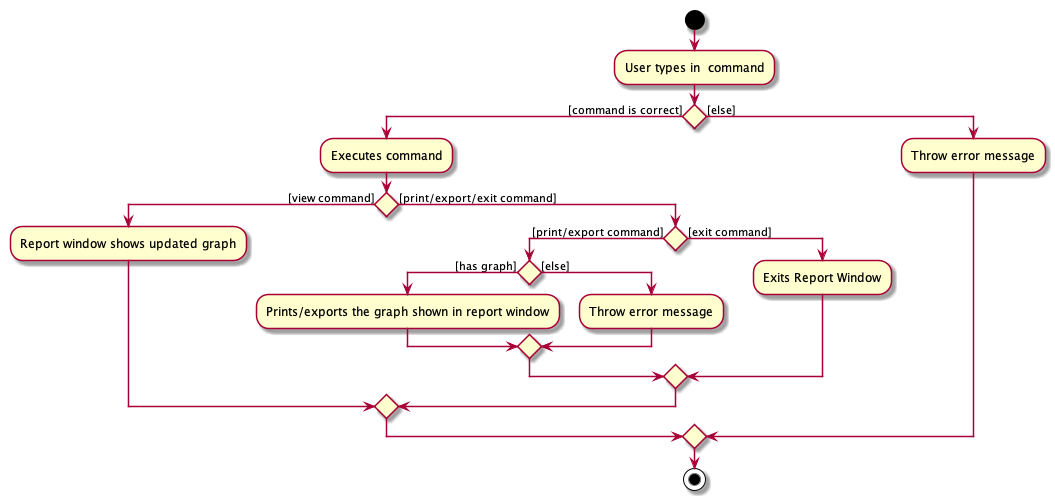
AY1920S2-CS2103T-T10-3/main keeps this PlantUML diagram as images/Report_ReportWindow_.png. Above is the earlier version.
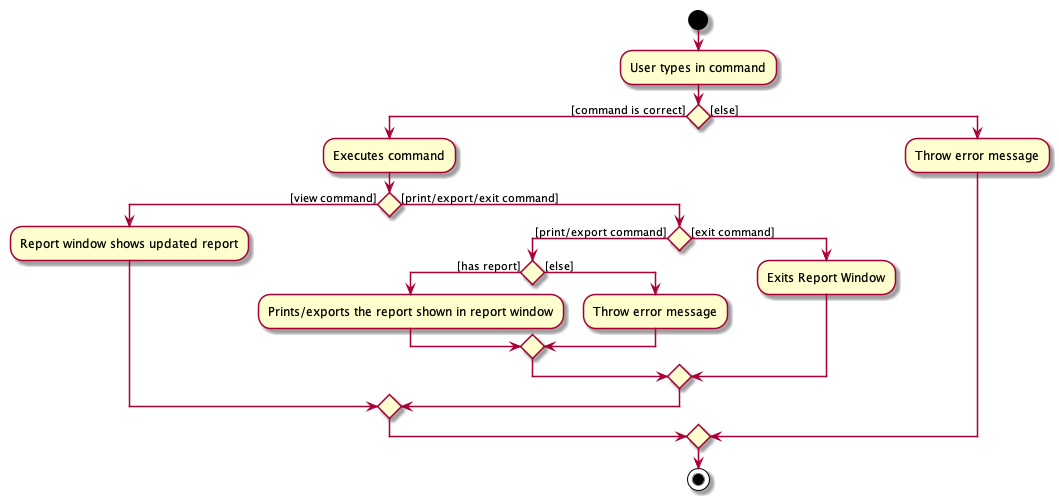
Above is the later version.

The edit, as a diff of the source:
```diff
@@ -1,14 +1,14 @@
 @startuml
 start
-:User types in  command;
+:User types in command;
 if () then ([command is correct])
     :Executes command;
      if() then ([view command])
-     :Report window shows updated graph;
+     :Report window shows updated report;
      else ([print/export/exit command])
             if () then ([print/export command])
-             if () then ([has graph])
-                :Prints/exports the graph shown in report window;
+             if () then ([has report])
+                :Prints/exports the report shown in report window;
              else ([else])
                 :Throw error message;
               endif
```
